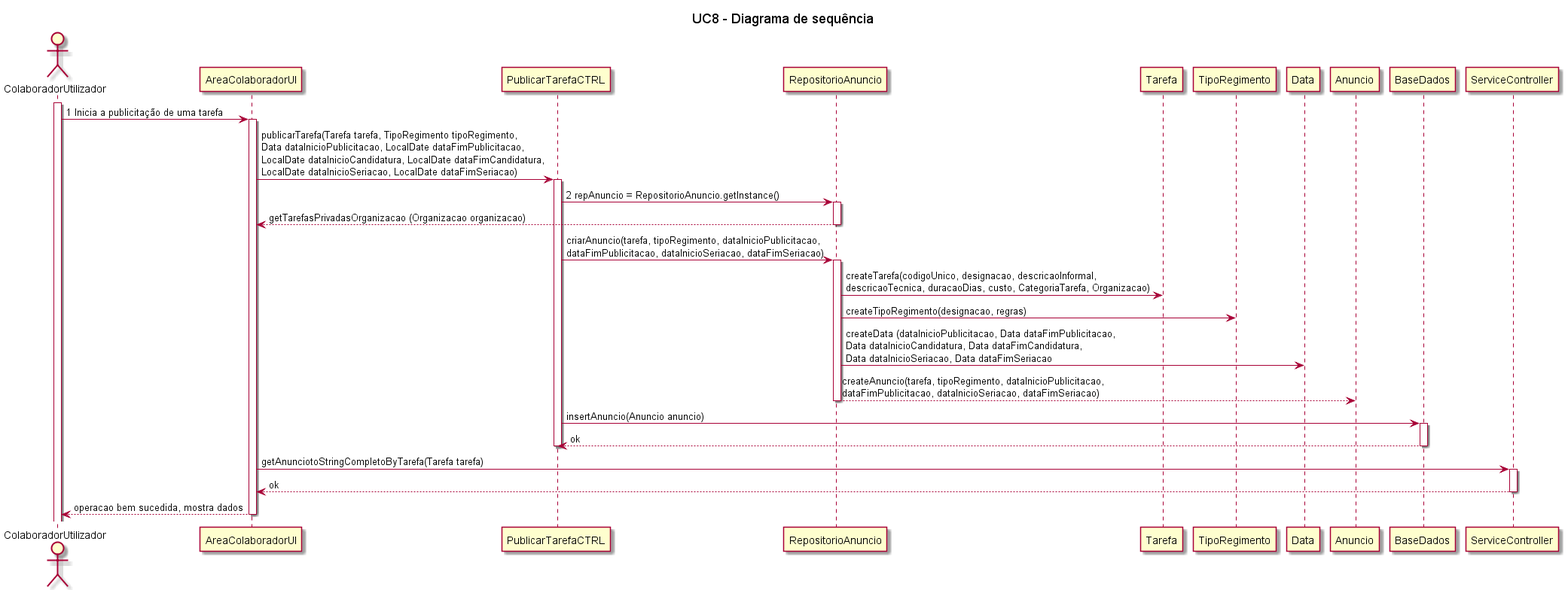
Above: Análise/UC8_Publicar_Tarefa/UC8_SD/UC8_DS/UC8 - Diagrama de sequência.png in pedro-miguez/upskill_java1_labprg_grupo3 (PlantUML), before the change.
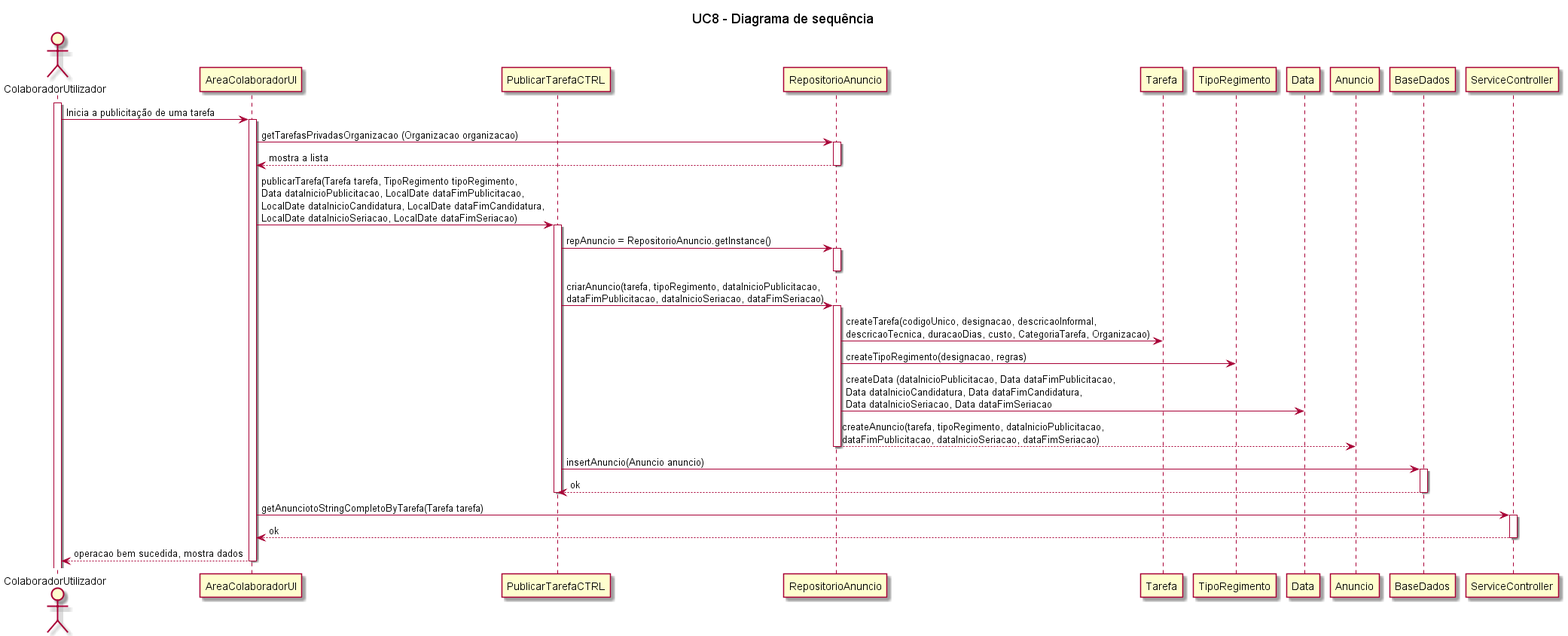
Later version of the same file.

Diff of the diagram source:
```diff
@@ -7,13 +7,16 @@
 participant PublicarTarefaCTRL
 
 activate ColaboradorUtilizador
-ColaboradorUtilizador -> AreaColaboradorUI: 1 Inicia a publicitação de uma tarefa
+ColaboradorUtilizador -> AreaColaboradorUI: Inicia a publicitação de uma tarefa
 activate AreaColaboradorUI
+AreaColaboradorUI -> RepositorioAnuncio : getTarefasPrivadasOrganizacao (Organizacao organizacao)
+activate RepositorioAnuncio
+RepositorioAnuncio --> AreaColaboradorUI : mostra a lista
+deactivate RepositorioAnuncio
 AreaColaboradorUI -> PublicarTarefaCTRL : publicarTarefa(Tarefa tarefa, TipoRegimento tipoRegimento,\nData dataInicioPublicitacao, LocalDate dataFimPublicitacao,\nLocalDate dataInicioCandidatura, LocalDate dataFimCandidatura,\nLocalDate dataInicioSeriacao, LocalDate dataFimSeriacao)
 activate PublicarTarefaCTRL
-PublicarTarefaCTRL -> RepositorioAnuncio: 2 repAnuncio = RepositorioAnuncio.getInstance()
+PublicarTarefaCTRL -> RepositorioAnuncio: repAnuncio = RepositorioAnuncio.getInstance()
 activate RepositorioAnuncio
-RepositorioAnuncio --> AreaColaboradorUI : getTarefasPrivadasOrganizacao (Organizacao organizacao)
 deactivate RepositorioAnuncio
 PublicarTarefaCTRL -> RepositorioAnuncio :  criarAnuncio(tarefa, tipoRegimento, dataInicioPublicitacao,\ndataFimPublicitacao, dataInicioSeriacao, dataFimSeriacao)
 activate RepositorioAnuncio
```
